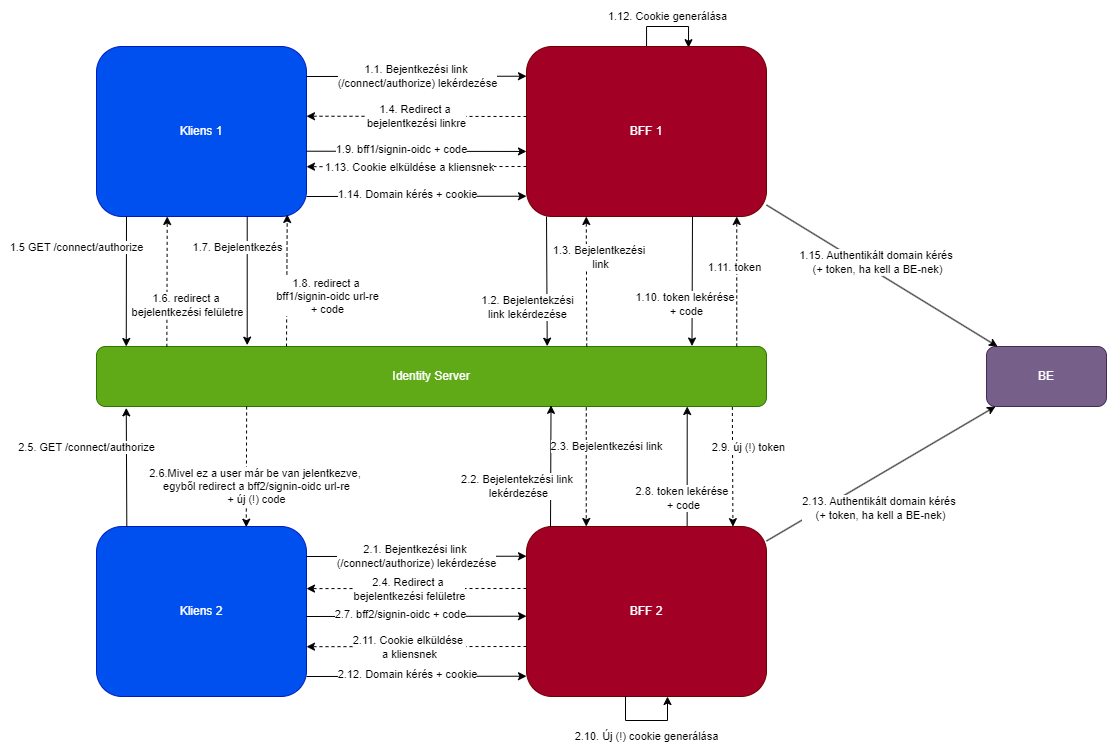
Earlier version of the draw.io export docs/folyamat.png (l3wl3w00/bff). Source tidied: cells renumbered, new cells last; positions are measured from the earlier drawing's top-left corner, leaving out a move shared by most shapes.
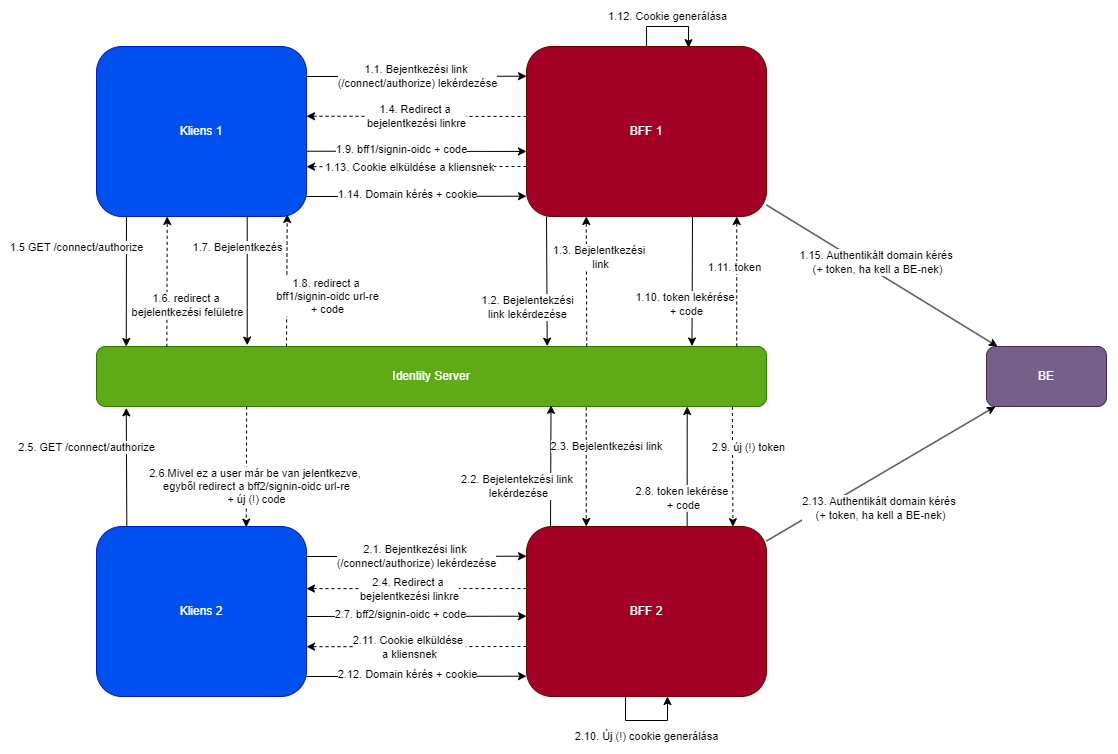
Above is the later version.

Change to the diagram source:
```diff
@@ -119,7 +119,7 @@
         <mxPoint x="210" y="562" as="targetPoint" />
       </mxGeometry>
     </mxCell>
-    <mxCell id="26" value="2.4. Redirect a&amp;nbsp;&lt;div&gt;bejelentkezési felületre&lt;/div&gt;" style="edgeLabel;html=1;align=center;verticalAlign=middle;" parent="25" vertex="1">
+    <mxCell id="26" value="2.4. Redirect a&amp;nbsp;&lt;div&gt;bejelentkezési linkre&lt;/div&gt;" style="edgeLabel;html=1;align=center;verticalAlign=middle;" parent="25" vertex="1">
       <mxGeometry x="-0.53" y="-2" relative="1" as="geometry">
         <mxPoint x="-66" y="2" as="offset" />
       </mxGeometry>
```
